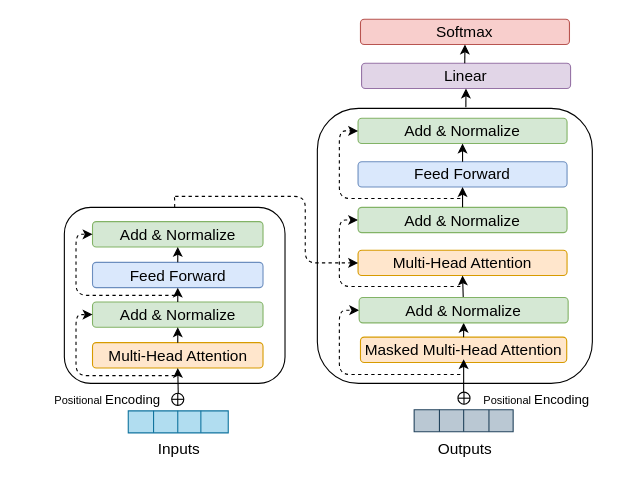
ToBeASoltyFish/data_mining keeps this draw.io diagram as Untitled Diagram.drawio. Above is the earlier version. Source tidied: cells renumbered, new cells numbered last; positions are measured from the earlier drawing's top-left corner, leaving out a move shared by most shapes. Both pictures are drawn from the tidied source at 110%, with x=0, y=0 at pixel (41, 19).
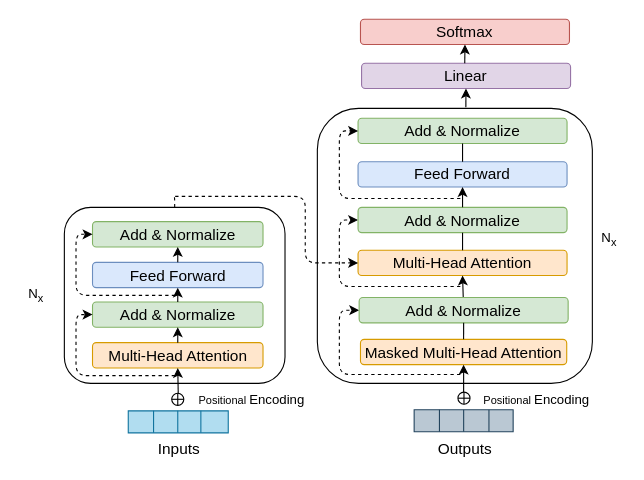
The same page after the edit.

Unchanged cells that the change refers to:
```xml
<mxCell id="8" value="Add &amp;amp; Normalize" style="rounded=1;whiteSpace=wrap;html=1;fontSize=14;fillColor=#d5e8d4;strokeColor=#82b366;" parent="1" vertex="1">
  <mxGeometry x="288" y="90" width="190" height="23" as="geometry" />
</mxCell>
<mxCell id="9" value="Feed Forward" style="rounded=1;whiteSpace=wrap;html=1;fontSize=14;fillColor=#dae8fc;strokeColor=#6c8ebf;" parent="1" vertex="1">
  <mxGeometry x="288" y="129.5" width="190" height="23" as="geometry" />
</mxCell>
<mxCell id="10" value="Multi-Head Attention" style="rounded=1;whiteSpace=wrap;html=1;fontSize=14;fillColor=#ffe6cc;strokeColor=#d79b00;" parent="1" vertex="1">
  <mxGeometry x="288" y="210" width="190" height="23" as="geometry" />
</mxCell>
<mxCell id="25" value="Add &amp;amp; Normalize" style="rounded=1;whiteSpace=wrap;html=1;fontSize=14;fillColor=#d5e8d4;strokeColor=#82b366;" parent="1" vertex="1">
  <mxGeometry x="288" y="171" width="190" height="23" as="geometry" />
</mxCell>
<mxCell id="26" value="Add &amp;amp; Normalize" style="rounded=1;whiteSpace=wrap;html=1;fontSize=14;fillColor=#d5e8d4;strokeColor=#82b366;" parent="1" vertex="1">
  <mxGeometry x="289" y="253" width="190" height="23" as="geometry" />
</mxCell>
```

Change to the diagram source:
```diff
@@
     <mxCell id="11" value="Masked Multi-Head Attention" style="rounded=1;whiteSpace=wrap;html=1;fontSize=14;fillColor=#ffe6cc;strokeColor=#d79b00;" parent="1" vertex="1">
-      <mxGeometry x="290.2" y="289" width="187.5" height="23" as="geometry" />
+      <mxGeometry x="290.2" y="291" width="187.5" height="23" as="geometry" />
     </mxCell>
@@
-    <mxCell id="18" style="endArrow=classic;html=1;rounded=1;fontSize=14;entryX=0.5;entryY=1;entryDx=0;entryDy=0;exitX=0.5;exitY=0;exitDx=0;exitDy=0;" parent="1" edge="1" source="11" target="26">
-      <mxGeometry relative="1" as="geometry" />
-    </mxCell>
@@
-    <mxCell id="21" style="endArrow=classic;html=1;rounded=1;fontSize=14;exitX=0.5;exitY=0;exitDx=0;exitDy=0;" parent="1" edge="1" source="9" target="8">
-      <mxGeometry relative="1" as="geometry" />
-    </mxCell>
-    <mxCell id="22" style="endArrow=classic;html=1;rounded=1;fontSize=14;entryX=0.5;entryY=1;entryDx=0;entryDy=0;" parent="1" edge="1">
+    <mxCell id="22" style="endArrow=classic;html=1;rounded=1;fontSize=14;entryX=0.5;entryY=1;entryDx=0;entryDy=0;" parent="1" edge="1" target="11">
       <mxGeometry relative="1" as="geometry">
         <mxPoint x="384" y="341" as="sourcePoint" />
-        <mxPoint x="384" y="309" as="targetPoint" />
       </mxGeometry>
     </mxCell>
@@
     <mxCell id="50" value="&lt;font&gt;&lt;span style=&quot;font-size: 10px&quot;&gt;Positional&amp;nbsp;&lt;/span&gt;&lt;font style=&quot;font-size: 12px&quot;&gt;Encoding&lt;/font&gt;&lt;/font&gt;" style="text;html=1;align=center;verticalAlign=middle;strokeColor=none;fillColor=none;fontSize=14;" parent="1" vertex="1">
-      <mxGeometry y="334.5" width="120" height="20" as="geometry" />
+      <mxGeometry x="131" y="334.5" width="120" height="20" as="geometry" />
     </mxCell>
@@
+    <mxCell id="18" style="endArrow=none;html=1;rounded=0;exitX=0.5;exitY=0;exitDx=0;exitDy=0;entryX=0.5;entryY=1;entryDx=0;entryDy=0;" parent="1" edge="1" source="11" target="26">
+      <mxGeometry relative="1" as="geometry" />
+    </mxCell>
+    <mxCell id="52" style="endArrow=none;html=1;rounded=0;exitX=0.5;exitY=0;exitDx=0;exitDy=0;entryX=0.5;entryY=1;entryDx=0;entryDy=0;" parent="1" edge="1" source="10" target="25">
+      <mxGeometry relative="1" as="geometry" />
+    </mxCell>
+    <mxCell id="21" style="endArrow=none;html=1;rounded=0;exitX=0.5;exitY=0;exitDx=0;exitDy=0;" parent="1" edge="1" source="9" target="8">
+      <mxGeometry relative="1" as="geometry" />
+    </mxCell>
+    <mxCell id="53" value="N&lt;sub&gt;x&lt;/sub&gt;" style="text;html=1;align=center;verticalAlign=middle;strokeColor=none;fillColor=none;" parent="1" vertex="1">
+      <mxGeometry x="-20" y="241" width="30" height="20" as="geometry" />
+    </mxCell>
+    <mxCell id="54" value="N&lt;sub&gt;x&lt;/sub&gt;" style="text;html=1;align=center;verticalAlign=middle;strokeColor=none;fillColor=none;" parent="1" vertex="1">
+      <mxGeometry x="501" y="190" width="30" height="20" as="geometry" />
+    </mxCell>
```
